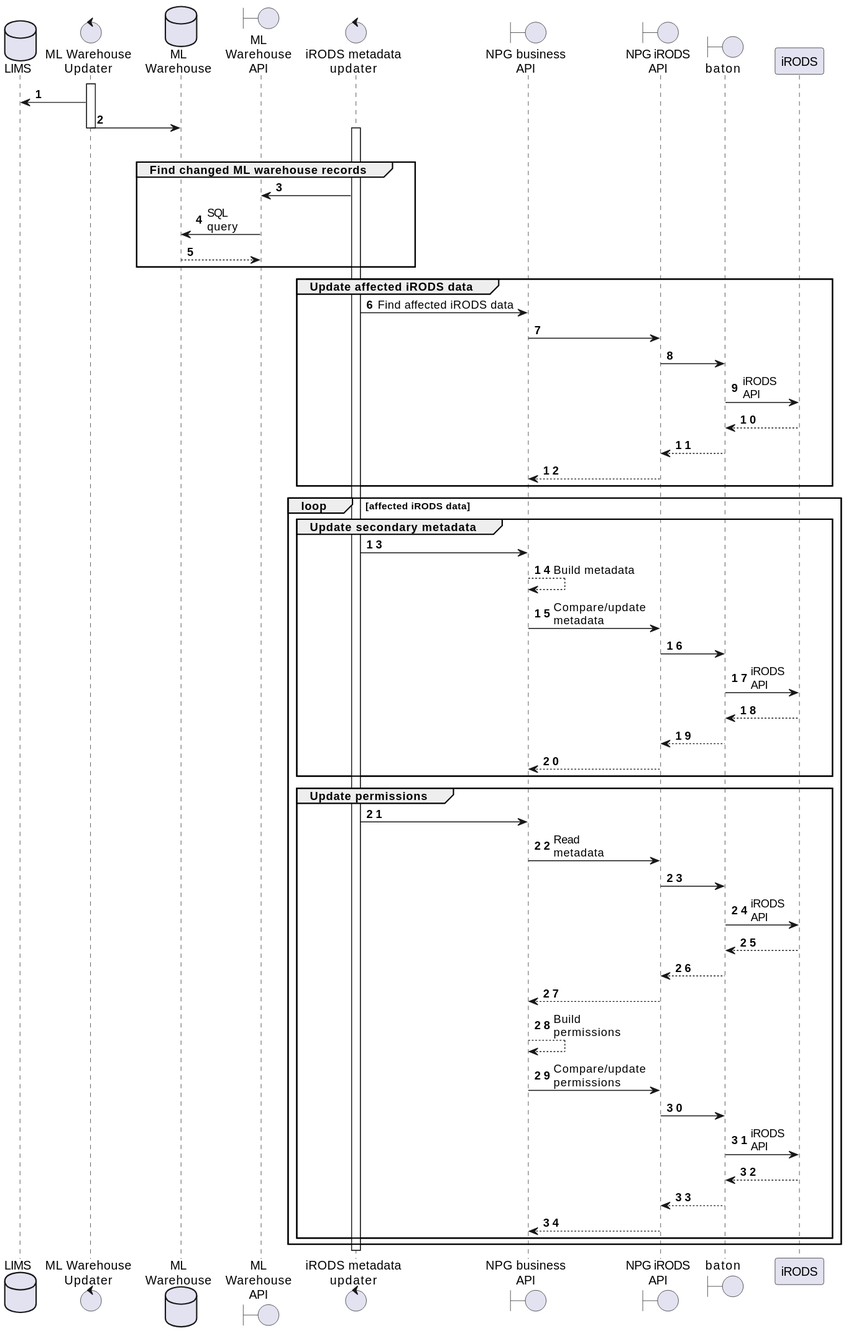
This is doc/diagrams/update_irods_metadata.svg from wtsi-npg/npg_irods, a PlantUML export, as it was before one commit.
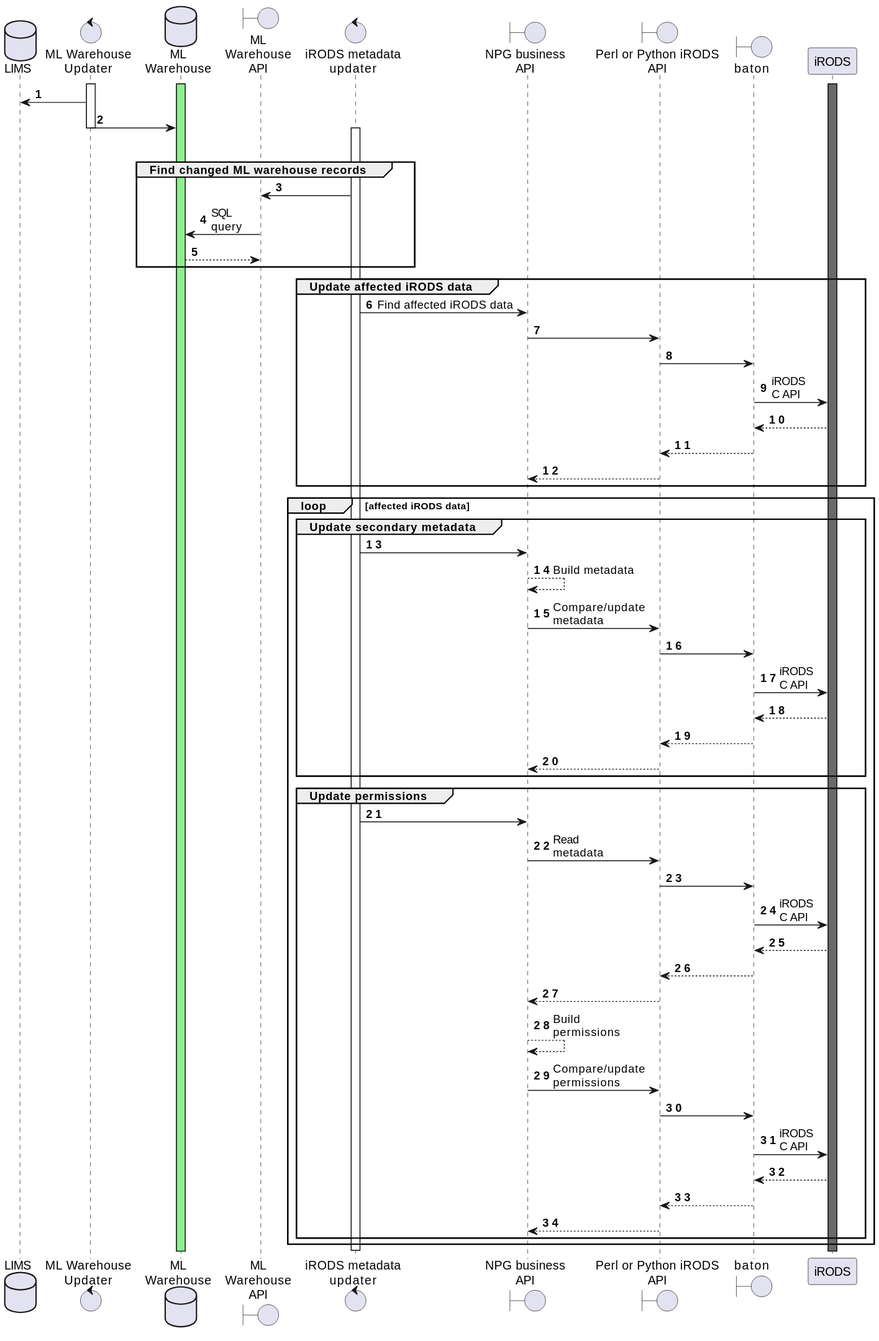
Above is the later version.

Commit message:
Improve sequence diagram labels and structure

Diff of the diagram source:
```diff
@@ -10,10 +10,13 @@
 control "iRODS metadata\nupdater" as irods_updater
 
 boundary "NPG business\nAPI" as npg_business_api
-boundary "NPG iRODS\nAPI" as npg_irods_api
+boundary "Perl or Python iRODS\nAPI" as pp_irods_api
 
 boundary "baton" as baton
 participant "iRODS" as irods
+
+activate mlwh #lightgreen
+activate irods #dimgray
 
 activate wh_updater
 wh_updater -> lims
@@ -30,12 +33,12 @@
 
 group Update affected iRODS data
 irods_updater -> npg_business_api : Find affected iRODS data
-npg_business_api -> npg_irods_api
-npg_irods_api -> baton
-baton -> irods : iRODS\nAPI
+npg_business_api -> pp_irods_api
+pp_irods_api -> baton
+baton -> irods : iRODS\nC API
 irods --> baton
-baton --> npg_irods_api
-npg_irods_api --> npg_business_api
+baton --> pp_irods_api
+pp_irods_api --> npg_business_api
 end group
 
 loop affected iRODS data
@@ -45,32 +48,32 @@
 
 npg_business_api --> npg_business_api : Build metadata
 
-npg_business_api -> npg_irods_api : Compare/update\nmetadata
-npg_irods_api -> baton
-baton -> irods : iRODS\nAPI
+npg_business_api -> pp_irods_api : Compare/update\nmetadata
+pp_irods_api -> baton
+baton -> irods : iRODS\nC API
 irods --> baton
-baton --> npg_irods_api
-npg_irods_api --> npg_business_api
+baton --> pp_irods_api
+pp_irods_api --> npg_business_api
 end group
 
 group Update permissions
 irods_updater -> npg_business_api
-npg_business_api -> npg_irods_api : Read\nmetadata
+npg_business_api -> pp_irods_api : Read\nmetadata
 
-npg_irods_api -> baton
-baton -> irods : iRODS\nAPI
+pp_irods_api -> baton
+baton -> irods : iRODS\nC API
 irods --> baton
-baton --> npg_irods_api
-npg_irods_api --> npg_business_api
+baton --> pp_irods_api
+pp_irods_api --> npg_business_api
 
 npg_business_api --> npg_business_api : Build\npermissions
 
-npg_business_api -> npg_irods_api : Compare/update\npermissions
-npg_irods_api -> baton
-baton -> irods : iRODS\nAPI
+npg_business_api -> pp_irods_api : Compare/update\npermissions
+pp_irods_api -> baton
+baton -> irods : iRODS\nC API
 irods --> baton
-baton --> npg_irods_api
-npg_irods_api --> npg_business_api
+baton --> pp_irods_api
+pp_irods_api --> npg_business_api
 end group
 end
 
```
